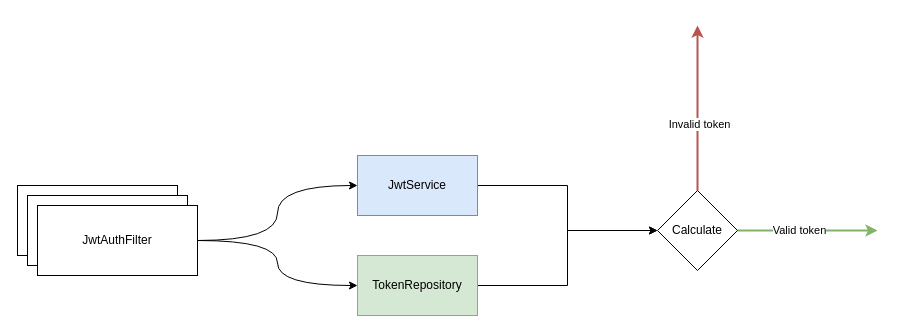
Before: page "new-flow" (2 of 4) of jwt-security.drawio in ventiwang/spring-boot-3-jwt-security, a draw.io diagram. Source tidied: cells renumbered, new cells numbered last; positions are measured from the earlier drawing's top-left corner, leaving out a move shared by most shapes. Both pictures are drawn from the tidied source at 100%, with x=0, y=0 at pixel (17, 25).
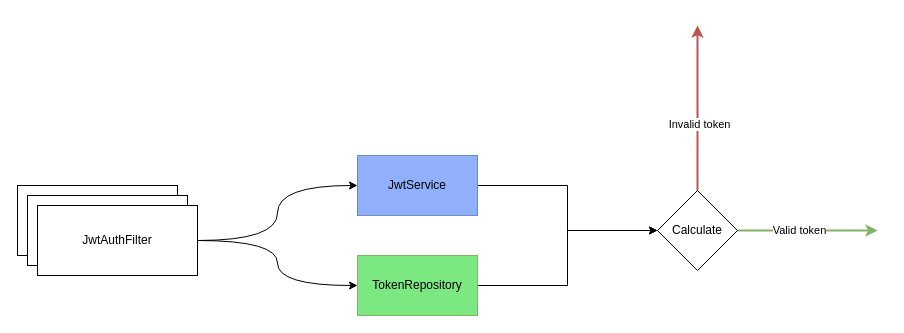
After the change.

Change to the diagram source:
```diff
@@
 <mxGraphModel>
   <root>
     <mxCell id="0" />
     <mxCell id="1" parent="0" />
     <mxCell id="2" style="group;fillColor=default;strokeColor=none;" parent="1" vertex="1">
       <mxGeometry y="160" width="180" height="90" as="geometry" />
     </mxCell>
     <mxCell id="3" style="rounded=0;whiteSpace=wrap;html=1;" parent="2" vertex="1">
       <mxGeometry width="160" height="70" as="geometry" />
     </mxCell>
     <mxCell id="4" style="rounded=0;whiteSpace=wrap;html=1;" parent="2" vertex="1">
       <mxGeometry x="10" y="10" width="160" height="70" as="geometry" />
     </mxCell>
     <mxCell id="5" value="JwtAuthFilter" style="rounded=0;whiteSpace=wrap;html=1;" parent="2" vertex="1">
       <mxGeometry x="20" y="20" width="160" height="70" as="geometry" />
     </mxCell>
     <mxCell id="6" style="edgeStyle=orthogonalEdgeStyle;rounded=0;jettySize=auto;html=1;exitX=1;exitY=0.5;exitDx=0;exitDy=0;" parent="1" edge="1" source="7" target="16">
       <mxGeometry relative="1" as="geometry" />
     </mxCell>
-    <mxCell id="7" value="JwtService" style="rounded=0;whiteSpace=wrap;html=1;fillColor=#dae8fc;strokeColor=#6c8ebf;" parent="1" vertex="1">
+    <mxCell id="7" value="JwtService" style="rounded=0;whiteSpace=wrap;html=1;fillColor=#90B0FC;strokeColor=#6c8ebf;" parent="1" vertex="1">
       <mxGeometry x="340" y="130" width="120" height="60" as="geometry" />
     </mxCell>
     <mxCell id="8" style="edgeStyle=orthogonalEdgeStyle;rounded=0;jettySize=auto;html=1;entryX=0;entryY=0.5;entryDx=0;entryDy=0;" parent="1" edge="1" source="9" target="16">
       <mxGeometry relative="1" as="geometry" />
     </mxCell>
-    <mxCell id="9" value="TokenRepository" style="rounded=0;whiteSpace=wrap;html=1;fillColor=#d5e8d4;strokeColor=#82b366;" parent="1" vertex="1">
+    <mxCell id="9" value="TokenRepository" style="rounded=0;whiteSpace=wrap;html=1;fillColor=#7BE882;strokeColor=#82b366;" parent="1" vertex="1">
       <mxGeometry x="340" y="230" width="120" height="60" as="geometry" />
     </mxCell>
     <mxCell id="10" style="edgeStyle=orthogonalEdgeStyle;rounded=0;jettySize=auto;html=1;entryX=0;entryY=0.5;entryDx=0;entryDy=0;curved=1;" parent="1" edge="1" source="5" target="7">
       <mxGeometry relative="1" as="geometry" />
     </mxCell>
     <mxCell id="11" style="edgeStyle=orthogonalEdgeStyle;rounded=0;jettySize=auto;html=1;exitX=1;exitY=0.5;exitDx=0;exitDy=0;entryX=0;entryY=0.5;entryDx=0;entryDy=0;curved=1;" parent="1" edge="1" source="5" target="9">
       <mxGeometry relative="1" as="geometry" />
     </mxCell>
     <mxCell id="12" style="edgeStyle=orthogonalEdgeStyle;rounded=0;jettySize=auto;html=1;strokeWidth=2;fillColor=#d5e8d4;strokeColor=#82b366;" parent="1" edge="1" source="16">
       <mxGeometry relative="1" as="geometry">
         <mxPoint x="860" y="205" as="targetPoint" />
       </mxGeometry>
     </mxCell>
     <mxCell id="13" value="Valid token" style="edgeLabel;html=1;align=center;verticalAlign=middle;" parent="12" vertex="1">
       <mxGeometry x="-0.32" y="1" relative="1" as="geometry">
         <mxPoint x="13" as="offset" />
       </mxGeometry>
     </mxCell>
     <mxCell id="14" style="edgeStyle=orthogonalEdgeStyle;rounded=0;jettySize=auto;html=1;strokeWidth=2;fillColor=#f8cecc;strokeColor=#b85450;" parent="1" edge="1" source="16">
       <mxGeometry relative="1" as="geometry">
         <mxPoint x="680" as="targetPoint" />
       </mxGeometry>
     </mxCell>
     <mxCell id="15" value="Invalid token" style="edgeLabel;html=1;align=center;verticalAlign=middle;" parent="14" vertex="1">
       <mxGeometry x="-0.19" y="-1" relative="1" as="geometry" />
     </mxCell>
     <mxCell id="16" value="Calculate" style="rhombus;whiteSpace=wrap;html=1;" parent="1" vertex="1">
       <mxGeometry x="640" y="165" width="80" height="80" as="geometry" />
     </mxCell>
   </root>
 </mxGraphModel>
```
